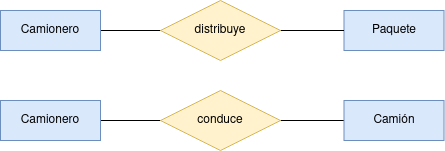
The draw.io diagram Unidad-1/Tareas/Tarea-3/Diagrama Tarea 4.drawio.png in RafaelMayor/base-datos, before a commit. Source tidied: cells renumbered, new cells last; positions are measured from the earlier drawing's top-left corner, leaving out a move shared by most shapes. Its diagram source:
```xml
<mxGraphModel>
  <root>
    <mxCell id="0" />
    <mxCell id="1" parent="0" />
    <mxCell id="2" style="edgeStyle=orthogonalEdgeStyle;rounded=0;jettySize=auto;html=1;entryX=0;entryY=0.5;entryDx=0;entryDy=0;endArrow=none;endFill=0;" parent="1" edge="1" source="3" target="6">
      <mxGeometry relative="1" as="geometry" />
    </mxCell>
    <mxCell id="3" value="Camionero" style="whiteSpace=wrap;html=1;align=center;fillColor=#dae8fc;strokeColor=#6c8ebf;" parent="1" vertex="1">
      <mxGeometry y="10" width="100" height="40" as="geometry" />
    </mxCell>
    <mxCell id="4" value="Paquete" style="whiteSpace=wrap;html=1;align=center;fillColor=#dae8fc;strokeColor=#6c8ebf;" parent="1" vertex="1">
      <mxGeometry x="343.5" y="10" width="100" height="40" as="geometry" />
    </mxCell>
    <mxCell id="5" style="edgeStyle=orthogonalEdgeStyle;rounded=0;jettySize=auto;html=1;entryX=0;entryY=0.5;entryDx=0;entryDy=0;endArrow=none;endFill=0;" parent="1" edge="1" source="6" target="4">
      <mxGeometry relative="1" as="geometry" />
    </mxCell>
    <mxCell id="6" value="&lt;div&gt;distribuye&lt;/div&gt;" style="shape=rhombus;perimeter=rhombusPerimeter;whiteSpace=wrap;html=1;align=center;fillColor=#fff2cc;strokeColor=#d6b656;" parent="1" vertex="1">
      <mxGeometry x="160" width="120" height="60" as="geometry" />
    </mxCell>
    <mxCell id="7" style="edgeStyle=orthogonalEdgeStyle;rounded=0;jettySize=auto;html=1;entryX=0;entryY=0.5;entryDx=0;entryDy=0;endArrow=none;endFill=0;" parent="1" edge="1" source="8" target="10">
      <mxGeometry relative="1" as="geometry" />
    </mxCell>
    <mxCell id="8" value="Camionero" style="whiteSpace=wrap;html=1;align=center;fillColor=#dae8fc;strokeColor=#6c8ebf;" parent="1" vertex="1">
      <mxGeometry y="100" width="100" height="40" as="geometry" />
    </mxCell>
    <mxCell id="9" style="edgeStyle=orthogonalEdgeStyle;rounded=0;jettySize=auto;html=1;entryX=0;entryY=0.5;entryDx=0;entryDy=0;endArrow=none;endFill=0;" parent="1" edge="1" source="10" target="11">
      <mxGeometry relative="1" as="geometry" />
    </mxCell>
    <mxCell id="10" value="conduce" style="shape=rhombus;perimeter=rhombusPerimeter;whiteSpace=wrap;html=1;align=center;fillColor=#fff2cc;strokeColor=#d6b656;" parent="1" vertex="1">
      <mxGeometry x="160" y="90" width="120" height="60" as="geometry" />
    </mxCell>
    <mxCell id="11" value="Camión" style="whiteSpace=wrap;html=1;align=center;fillColor=#dae8fc;strokeColor=#6c8ebf;" parent="1" vertex="1">
      <mxGeometry x="343.5" y="100" width="100" height="40" as="geometry" />
    </mxCell>
  </root>
</mxGraphModel>
```
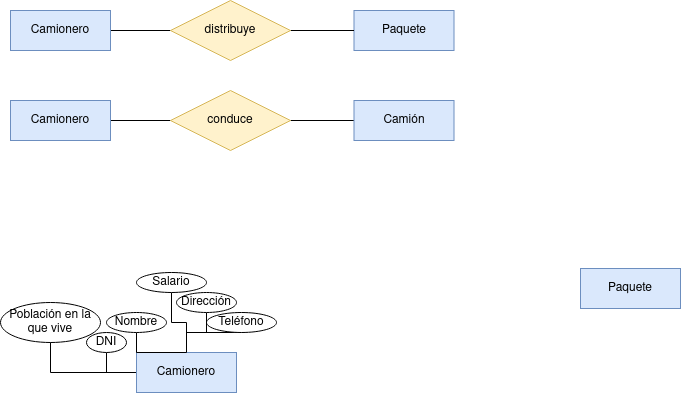
Above is the later version.

What changed in the source:
```diff
@@ -32,5 +32,47 @@
     <mxCell id="11" value="Camión" style="whiteSpace=wrap;html=1;align=center;fillColor=#dae8fc;strokeColor=#6c8ebf;" parent="1" vertex="1">
       <mxGeometry x="343.5" y="100" width="100" height="40" as="geometry" />
     </mxCell>
+    <mxCell id="12" style="edgeStyle=orthogonalEdgeStyle;rounded=0;jettySize=auto;html=1;entryX=0.5;entryY=1;entryDx=0;entryDy=0;endArrow=none;endFill=0;" parent="1" edge="1" source="16" target="18">
+      <mxGeometry relative="1" as="geometry" />
+    </mxCell>
+    <mxCell id="13" style="edgeStyle=orthogonalEdgeStyle;rounded=0;jettySize=auto;html=1;entryX=0.5;entryY=1;entryDx=0;entryDy=0;endArrow=none;endFill=0;" parent="1" edge="1" source="16" target="21">
+      <mxGeometry relative="1" as="geometry" />
+    </mxCell>
+    <mxCell id="14" style="edgeStyle=orthogonalEdgeStyle;rounded=0;jettySize=auto;html=1;entryX=0.5;entryY=1;entryDx=0;entryDy=0;endArrow=none;endFill=0;" parent="1" edge="1" source="16" target="24">
+      <mxGeometry relative="1" as="geometry" />
+    </mxCell>
+    <mxCell id="15" style="edgeStyle=orthogonalEdgeStyle;rounded=0;jettySize=auto;html=1;endArrow=none;endFill=0;entryX=0.5;entryY=0.9;entryDx=0;entryDy=0;entryPerimeter=0;" parent="1" edge="1" source="16" target="25">
+      <mxGeometry relative="1" as="geometry" />
+    </mxCell>
+    <mxCell id="16" value="Camionero" style="whiteSpace=wrap;html=1;align=center;fillColor=#dae8fc;strokeColor=#6c8ebf;" parent="1" vertex="1">
+      <mxGeometry x="126" y="352" width="100" height="40" as="geometry" />
+    </mxCell>
+    <mxCell id="17" value="Paquete" style="whiteSpace=wrap;html=1;align=center;fillColor=#dae8fc;strokeColor=#6c8ebf;" parent="1" vertex="1">
+      <mxGeometry x="570" y="268" width="100" height="40" as="geometry" />
+    </mxCell>
+    <mxCell id="18" value="DNI" style="ellipse;whiteSpace=wrap;html=1;align=center;" parent="1" vertex="1">
+      <mxGeometry x="76" y="332" width="40" height="20" as="geometry" />
+    </mxCell>
+    <mxCell id="19" style="edgeStyle=orthogonalEdgeStyle;rounded=0;jettySize=auto;html=1;entryX=0.5;entryY=0;entryDx=0;entryDy=0;endArrow=none;endFill=0;" parent="1" edge="1" source="20" target="16">
+      <mxGeometry relative="1" as="geometry" />
+    </mxCell>
+    <mxCell id="20" value="Nombre" style="ellipse;whiteSpace=wrap;html=1;align=center;" parent="1" vertex="1">
+      <mxGeometry x="96" y="312" width="60" height="20" as="geometry" />
+    </mxCell>
+    <mxCell id="21" value="Teléfono" style="ellipse;whiteSpace=wrap;html=1;align=center;" parent="1" vertex="1">
+      <mxGeometry x="196" y="312" width="70" height="20" as="geometry" />
+    </mxCell>
+    <mxCell id="22" style="edgeStyle=orthogonalEdgeStyle;rounded=0;jettySize=auto;html=1;exitX=0.5;exitY=1;exitDx=0;exitDy=0;entryX=0.5;entryY=0;entryDx=0;entryDy=0;endArrow=none;endFill=0;" parent="1" edge="1" source="23" target="16">
+      <mxGeometry relative="1" as="geometry" />
+    </mxCell>
+    <mxCell id="23" value="Dirección" style="ellipse;whiteSpace=wrap;html=1;align=center;" parent="1" vertex="1">
+      <mxGeometry x="166" y="292" width="60" height="20" as="geometry" />
+    </mxCell>
+    <mxCell id="24" value="Salario" style="ellipse;whiteSpace=wrap;html=1;align=center;" parent="1" vertex="1">
+      <mxGeometry x="126" y="272" width="70" height="20" as="geometry" />
+    </mxCell>
+    <mxCell id="25" value="Población en la que vive" style="ellipse;whiteSpace=wrap;html=1;align=center;" parent="1" vertex="1">
+      <mxGeometry x="-10" y="302" width="100" height="40" as="geometry" />
+    </mxCell>
   </root>
 </mxGraphModel>
```
